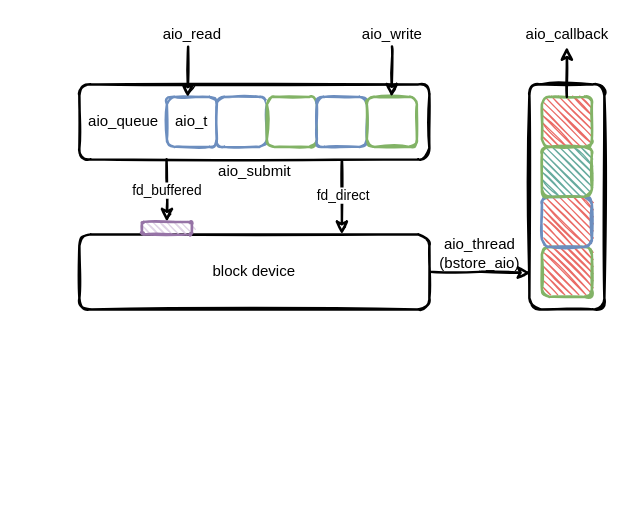
EarthWind/deeparch keeps this draw.io diagram as ceph/bluestore.drawio. Above is the earlier version. Source tidied: cells renumbered, new cells numbered last; positions are measured from the earlier drawing's top-left corner, leaving out a move shared by most shapes. Both pictures are drawn from the tidied source at 125%, with x=0, y=0 at pixel (79, 21).
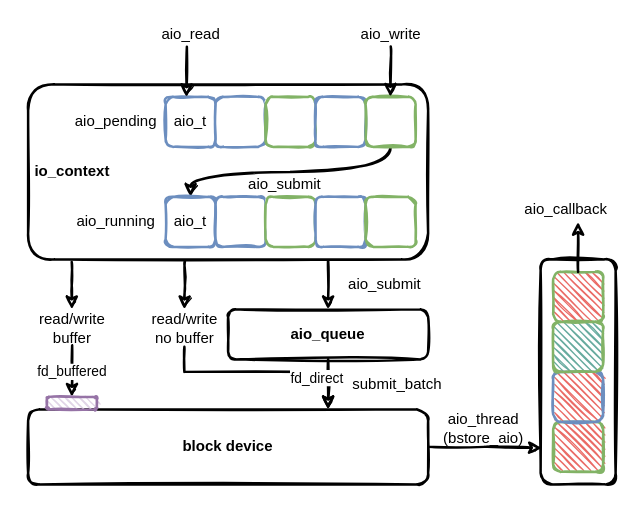
The same page after the edit.

What changed in the source:
```diff
@@
+    <mxCell id="28" style="edgeStyle=elbowEdgeStyle;rounded=0;sketch=1;jettySize=auto;html=1;strokeWidth=2;elbow=vertical;" parent="1" edge="1" source="44">
+      <mxGeometry relative="1" as="geometry">
+        <mxPoint x="199" y="310" as="targetPoint" />
+        <Array as="points">
+          <mxPoint x="139" y="280" />
+        </Array>
+      </mxGeometry>
+    </mxCell>
     <mxCell id="2" style="rounded=1;whiteSpace=wrap;html=1;strokeWidth=2;fillWeight=1;hachureGap=4;hachureAngle=45;sketch=1;" parent="1" vertex="1">
-      <mxGeometry x="360" y="50" width="60" height="180" as="geometry" />
+      <mxGeometry x="369" y="190" width="60" height="180" as="geometry" />
     </mxCell>
-    <mxCell id="3" style="edgeStyle=orthogonalEdgeStyle;rounded=0;sketch=1;jettySize=auto;html=1;entryX=0.75;entryY=0;entryDx=0;entryDy=0;strokeWidth=2;exitX=0.75;exitY=1;exitDx=0;exitDy=0;" parent="1" edge="1" source="5" target="17">
+    <mxCell id="3" style="edgeStyle=orthogonalEdgeStyle;rounded=0;sketch=1;jettySize=auto;html=1;strokeWidth=2;exitX=0.5;exitY=1;exitDx=0;exitDy=0;entryX=0.75;entryY=0;entryDx=0;entryDy=0;" parent="1" edge="1" source="33" target="17">
       <mxGeometry relative="1" as="geometry" />
     </mxCell>
     <mxCell id="4" value="fd_direct" style="edgeLabel;html=1;align=center;verticalAlign=middle;" parent="3" vertex="1">
       <mxGeometry x="-0.64" y="2" relative="1" as="geometry">
-        <mxPoint x="-2" y="17" as="offset" />
+        <mxPoint x="-12" y="7" as="offset" />
       </mxGeometry>
     </mxCell>
+    <mxCell id="29" style="edgeStyle=orthogonalEdgeStyle;rounded=0;sketch=1;jettySize=auto;html=1;strokeWidth=2;exitX=0.75;exitY=1;exitDx=0;exitDy=0;" parent="1" edge="1" source="5" target="33">
+      <mxGeometry relative="1" as="geometry" />
+    </mxCell>
+    <mxCell id="30" style="edgeStyle=elbowEdgeStyle;rounded=0;sketch=1;jettySize=auto;elbow=vertical;html=1;strokeWidth=2;exitX=0.392;exitY=1.009;exitDx=0;exitDy=0;exitPerimeter=0;" parent="1" edge="1" source="5" target="44">
+      <mxGeometry relative="1" as="geometry" />
+    </mxCell>
+    <mxCell id="31" style="edgeStyle=elbowEdgeStyle;rounded=0;sketch=1;jettySize=auto;elbow=vertical;html=1;strokeWidth=2;exitX=0.109;exitY=1.015;exitDx=0;exitDy=0;exitPerimeter=0;" parent="1" edge="1" source="5" target="43">
+      <mxGeometry relative="1" as="geometry" />
+    </mxCell>
     <mxCell id="5" style="rounded=1;whiteSpace=wrap;html=1;strokeWidth=2;fillWeight=1;hachureGap=4;hachureAngle=45;sketch=1;" parent="1" vertex="1">
-      <mxGeometry y="50" width="280" height="60" as="geometry" />
+      <mxGeometry x="-41" y="50" width="320" height="140" as="geometry" />
     </mxCell>
     <mxCell id="6" value="aio_t" style="rounded=1;whiteSpace=wrap;html=1;strokeWidth=2;fillWeight=1;hachureGap=4;hachureAngle=45;sketch=1;fillColor=#FFFFFF;strokeColor=#6c8ebf;" parent="1" vertex="1">
-      <mxGeometry x="70" y="60" width="40" height="40" as="geometry" />
+      <mxGeometry x="69" y="60" width="40" height="40" as="geometry" />
     </mxCell>
     <mxCell id="7" style="rounded=1;whiteSpace=wrap;html=1;strokeWidth=2;fillWeight=1;hachureGap=4;hachureAngle=45;sketch=1;fillColor=#FFFFFF;strokeColor=#6c8ebf;" parent="1" vertex="1">
-      <mxGeometry x="110" y="60" width="40" height="40" as="geometry" />
+      <mxGeometry x="109" y="60" width="40" height="40" as="geometry" />
     </mxCell>
     <mxCell id="8" style="rounded=1;whiteSpace=wrap;html=1;strokeWidth=2;fillWeight=1;hachureGap=4;hachureAngle=45;sketch=1;fillColor=#FFFFFF;strokeColor=#82b366;" parent="1" vertex="1">
-      <mxGeometry x="150" y="60" width="40" height="40" as="geometry" />
+      <mxGeometry x="149" y="60" width="40" height="40" as="geometry" />
     </mxCell>
     <mxCell id="9" style="rounded=1;whiteSpace=wrap;html=1;strokeWidth=2;fillWeight=1;hachureGap=4;hachureAngle=45;sketch=1;fillColor=#FFFFFF;strokeColor=#6c8ebf;" parent="1" vertex="1">
-      <mxGeometry x="190" y="60" width="40" height="40" as="geometry" />
+      <mxGeometry x="189" y="60" width="40" height="40" as="geometry" />
     </mxCell>
+    <mxCell id="32" style="edgeStyle=orthogonalEdgeStyle;rounded=0;sketch=1;jettySize=auto;html=1;entryX=0.5;entryY=0;entryDx=0;entryDy=0;strokeWidth=2;curved=1;exitX=0.5;exitY=1;exitDx=0;exitDy=0;" parent="1" edge="1" source="10" target="34">
+      <mxGeometry relative="1" as="geometry" />
+    </mxCell>
     <mxCell id="10" style="rounded=1;whiteSpace=wrap;html=1;strokeWidth=2;fillWeight=1;hachureGap=4;hachureAngle=45;sketch=1;fillColor=#FFFFFF;strokeColor=#82b366;" parent="1" vertex="1">
-      <mxGeometry x="230" y="60" width="40" height="40" as="geometry" />
+      <mxGeometry x="229" y="60" width="40" height="40" as="geometry" />
     </mxCell>
     <mxCell id="11" style="endArrow=classic;html=1;rounded=0;entryX=0.418;entryY=0.007;entryDx=0;entryDy=0;entryPerimeter=0;sketch=1;strokeWidth=2;" parent="1" edge="1" target="6">
       <mxGeometry relative="1" as="geometry">
-        <mxPoint x="87" y="20" as="sourcePoint" />
+        <mxPoint x="86" y="20" as="sourcePoint" />
       </mxGeometry>
     </mxCell>
     <mxCell id="12" value="aio_read" style="text;html=1;align=center;verticalAlign=middle;strokeColor=none;fillColor=none;" parent="1" vertex="1">
-      <mxGeometry x="60" width="60" height="20" as="geometry" />
+      <mxGeometry x="59" width="60" height="20" as="geometry" />
     </mxCell>
     <mxCell id="13" style="endArrow=classic;html=1;rounded=0;entryX=0.418;entryY=0.007;entryDx=0;entryDy=0;entryPerimeter=0;sketch=1;strokeWidth=2;" parent="1" edge="1">
       <mxGeometry relative="1" as="geometry">
-        <mxPoint x="250.1" y="19.7" as="sourcePoint" />
-        <mxPoint x="249.8" y="60" as="targetPoint" />
+        <mxPoint x="249.1" y="19.7" as="sourcePoint" />
+        <mxPoint x="248.8" y="60" as="targetPoint" />
       </mxGeometry>
     </mxCell>
     <mxCell id="14" value="aio_write" style="text;html=1;align=center;verticalAlign=middle;strokeColor=none;fillColor=none;" parent="1" vertex="1">
-      <mxGeometry x="220" width="60" height="20" as="geometry" />
+      <mxGeometry x="219" width="60" height="20" as="geometry" />
     </mxCell>
-    <mxCell id="15" value="aio_queue" style="text;html=1;align=center;verticalAlign=middle;strokeColor=none;fillColor=none;" parent="1" vertex="1">
-      <mxGeometry y="70" width="70" height="20" as="geometry" />
+    <mxCell id="15" value="io_context" style="text;html=1;align=center;verticalAlign=middle;strokeColor=none;fillColor=none;fontStyle=1;" parent="1" vertex="1">
+      <mxGeometry x="-46" y="110" width="80" height="20" as="geometry" />
     </mxCell>
@@
-    <mxCell id="17" value="block device" style="rounded=1;whiteSpace=wrap;html=1;strokeWidth=2;fillWeight=1;hachureGap=4;hachureAngle=45;sketch=1;" parent="1" vertex="1">
-      <mxGeometry y="170" width="280" height="60" as="geometry" />
+    <mxCell id="17" value="block device" style="rounded=1;whiteSpace=wrap;html=1;strokeWidth=2;fillWeight=1;hachureGap=4;hachureAngle=45;sketch=1;fontStyle=1;" parent="1" vertex="1">
+      <mxGeometry x="-41" y="310" width="320" height="60" as="geometry" />
     </mxCell>
-    <mxCell id="18" value="fd_buffered" style="edgeStyle=orthogonalEdgeStyle;rounded=0;sketch=1;jettySize=auto;html=1;strokeWidth=2;exitX=0.75;exitY=1;exitDx=0;exitDy=0;entryX=0.5;entryY=0;entryDx=0;entryDy=0;" parent="1" edge="1" target="20">
-      <mxGeometry relative="1" as="geometry">
-        <mxPoint x="69.7" y="110" as="sourcePoint" />
-      </mxGeometry>
+    <mxCell id="18" value="fd_buffered" style="edgeStyle=orthogonalEdgeStyle;rounded=0;sketch=1;jettySize=auto;html=1;strokeWidth=2;exitX=0.503;exitY=0.96;exitDx=0;exitDy=0;entryX=0.5;entryY=0;entryDx=0;entryDy=0;exitPerimeter=0;" parent="1" edge="1" source="43" target="20">
+      <mxGeometry relative="1" as="geometry" />
     </mxCell>
     <mxCell id="19" value="aio_submit" style="text;html=1;align=center;verticalAlign=middle;strokeColor=none;fillColor=none;" parent="1" vertex="1">
-      <mxGeometry x="105" y="110" width="70" height="20" as="geometry" />
+      <mxGeometry x="129" y="120" width="70" height="20" as="geometry" />
     </mxCell>
     <mxCell id="20" style="rounded=1;whiteSpace=wrap;html=1;strokeWidth=2;fillWeight=1;hachureGap=4;hachureAngle=45;sketch=1;fillColor=#e1d5e7;strokeColor=#9673a6;" parent="1" vertex="1">
-      <mxGeometry x="50" y="160" width="40" height="10" as="geometry" />
+      <mxGeometry x="-26" y="300" width="40" height="10" as="geometry" />
     </mxCell>
     <mxCell id="21" style="rounded=1;whiteSpace=wrap;html=1;strokeWidth=2;fillWeight=1;hachureGap=4;hachureAngle=45;sketch=1;fillColor=#EA6B66;strokeColor=#82b366;" parent="1" vertex="1">
-      <mxGeometry x="370" y="180" width="40" height="40" as="geometry" />
+      <mxGeometry x="379" y="320" width="40" height="40" as="geometry" />
     </mxCell>
     <mxCell id="22" style="rounded=1;whiteSpace=wrap;html=1;strokeWidth=2;fillWeight=1;hachureGap=4;hachureAngle=45;sketch=1;fillColor=#EA6B66;strokeColor=#6c8ebf;" parent="1" vertex="1">
-      <mxGeometry x="370" y="140" width="40" height="40" as="geometry" />
+      <mxGeometry x="379" y="280" width="40" height="40" as="geometry" />
     </mxCell>
     <mxCell id="23" style="rounded=1;whiteSpace=wrap;html=1;strokeWidth=2;fillWeight=1;hachureGap=4;hachureAngle=45;sketch=1;fillColor=#67AB9F;strokeColor=#82b366;" parent="1" vertex="1">
-      <mxGeometry x="370" y="100" width="40" height="40" as="geometry" />
+      <mxGeometry x="379" y="240" width="40" height="40" as="geometry" />
     </mxCell>
     <mxCell id="24" style="rounded=1;whiteSpace=wrap;html=1;strokeWidth=2;fillWeight=1;hachureGap=4;hachureAngle=45;sketch=1;fillColor=#EA6B66;strokeColor=#82b366;" parent="1" vertex="1">
-      <mxGeometry x="370" y="60" width="40" height="40" as="geometry" />
+      <mxGeometry x="379" y="200" width="40" height="40" as="geometry" />
     </mxCell>
     <mxCell id="25" value="aio_thread&lt;br&gt;(bstore_aio)" style="text;html=1;align=center;verticalAlign=middle;strokeColor=none;fillColor=none;" parent="1" vertex="1">
-      <mxGeometry x="280" y="170" width="80" height="30" as="geometry" />
+      <mxGeometry x="283" y="310" width="80" height="30" as="geometry" />
     </mxCell>
     <mxCell id="26" style="endArrow=classic;html=1;rounded=0;sketch=1;strokeWidth=2;exitX=0.5;exitY=0;exitDx=0;exitDy=0;" parent="1" edge="1" source="24">
       <mxGeometry relative="1" as="geometry">
-        <mxPoint x="390" y="20" as="targetPoint" />
+        <mxPoint x="399" y="160" as="targetPoint" />
       </mxGeometry>
     </mxCell>
     <mxCell id="27" value="aio_callback" style="text;html=1;align=center;verticalAlign=middle;strokeColor=none;fillColor=none;" parent="1" vertex="1">
-      <mxGeometry x="350" width="80" height="20" as="geometry" />
+      <mxGeometry x="349" y="140" width="80" height="20" as="geometry" />
     </mxCell>
+    <mxCell id="33" value="aio_queue" style="rounded=1;whiteSpace=wrap;html=1;strokeWidth=2;fillWeight=1;hachureGap=4;hachureAngle=45;sketch=1;fontStyle=1;" parent="1" vertex="1">
+      <mxGeometry x="119" y="230" width="160" height="40" as="geometry" />
+    </mxCell>
+    <mxCell id="34" value="aio_t" style="rounded=1;whiteSpace=wrap;html=1;strokeWidth=2;fillWeight=1;hachureGap=4;hachureAngle=45;sketch=1;fillColor=#FFFFFF;strokeColor=#6c8ebf;" parent="1" vertex="1">
+      <mxGeometry x="69" y="140" width="40" height="40" as="geometry" />
+    </mxCell>
+    <mxCell id="35" style="rounded=1;whiteSpace=wrap;html=1;strokeWidth=2;fillWeight=1;hachureGap=4;hachureAngle=45;sketch=1;fillColor=#FFFFFF;strokeColor=#6c8ebf;" parent="1" vertex="1">
+      <mxGeometry x="109" y="140" width="40" height="40" as="geometry" />
+    </mxCell>
+    <mxCell id="36" style="rounded=1;whiteSpace=wrap;html=1;strokeWidth=2;fillWeight=1;hachureGap=4;hachureAngle=45;sketch=1;fillColor=#FFFFFF;strokeColor=#82b366;" parent="1" vertex="1">
+      <mxGeometry x="149" y="140" width="40" height="40" as="geometry" />
+    </mxCell>
+    <mxCell id="37" style="rounded=1;whiteSpace=wrap;html=1;strokeWidth=2;fillWeight=1;hachureGap=4;hachureAngle=45;sketch=1;fillColor=#FFFFFF;strokeColor=#6c8ebf;" parent="1" vertex="1">
+      <mxGeometry x="189" y="140" width="40" height="40" as="geometry" />
+    </mxCell>
+    <mxCell id="38" style="rounded=1;whiteSpace=wrap;html=1;strokeWidth=2;fillWeight=1;hachureGap=4;hachureAngle=45;sketch=1;fillColor=#FFFFFF;strokeColor=#82b366;" parent="1" vertex="1">
+      <mxGeometry x="229" y="140" width="40" height="40" as="geometry" />
+    </mxCell>
+    <mxCell id="39" value="aio_pending" style="text;html=1;align=center;verticalAlign=middle;strokeColor=none;fillColor=none;" parent="1" vertex="1">
+      <mxGeometry x="-11" y="70" width="80" height="20" as="geometry" />
+    </mxCell>
+    <mxCell id="40" value="aio_running" style="text;html=1;align=center;verticalAlign=middle;strokeColor=none;fillColor=none;" parent="1" vertex="1">
+      <mxGeometry x="-11" y="150" width="80" height="20" as="geometry" />
+    </mxCell>
+    <mxCell id="41" value="aio_submit" style="text;html=1;align=center;verticalAlign=middle;strokeColor=none;fillColor=none;" parent="1" vertex="1">
+      <mxGeometry x="209" y="200" width="70" height="20" as="geometry" />
+    </mxCell>
+    <mxCell id="42" value="submit_batch" style="text;html=1;align=center;verticalAlign=middle;strokeColor=none;fillColor=none;" parent="1" vertex="1">
+      <mxGeometry x="209" y="280" width="90" height="20" as="geometry" />
+    </mxCell>
+    <mxCell id="43" value="read/write&lt;br&gt;buffer" style="text;html=1;align=center;verticalAlign=middle;points=[];strokeColor=none;fillColor=none;" parent="1" vertex="1">
+      <mxGeometry x="-41" y="230" width="70" height="30" as="geometry" />
+    </mxCell>
+    <mxCell id="44" value="read/write&lt;br&gt;no buffer" style="text;html=1;align=center;verticalAlign=middle;points=[];strokeColor=none;fillColor=none;" parent="1" vertex="1">
+      <mxGeometry x="49" y="230" width="70" height="30" as="geometry" />
+    </mxCell>
```
